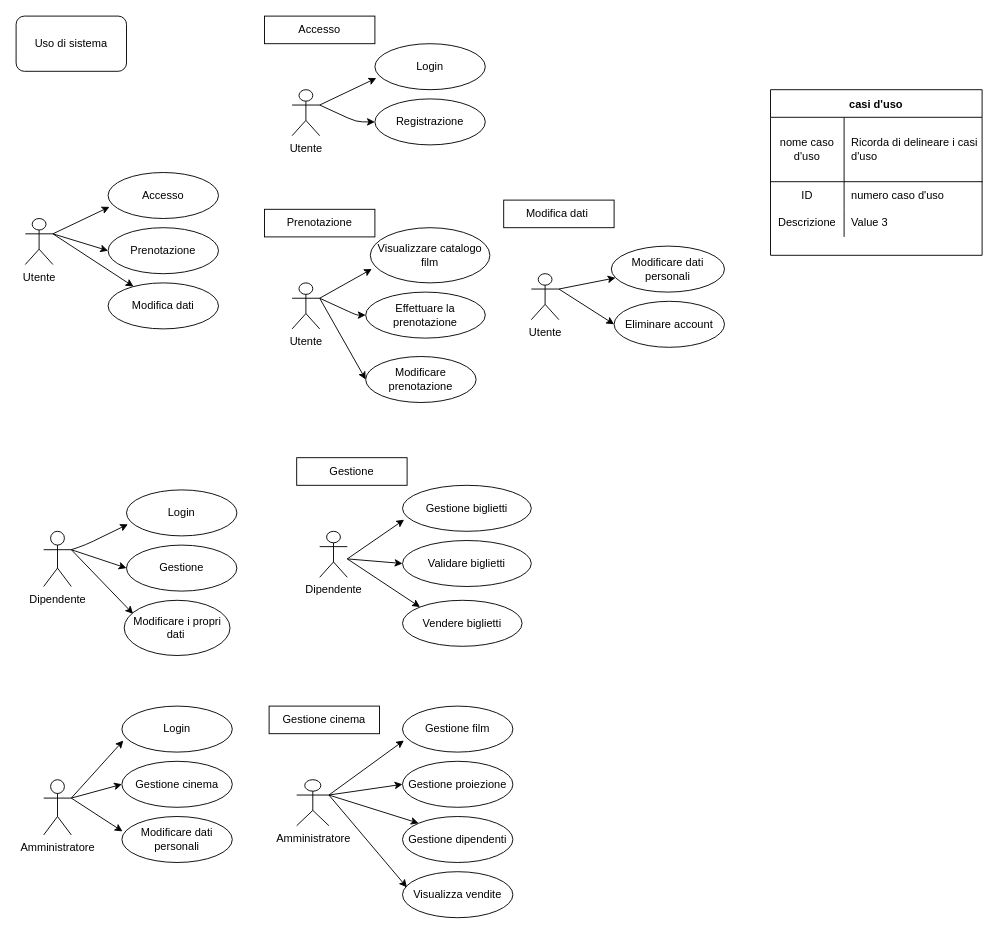
Franc3sco07/Cinema_Progetto keeps this draw.io diagram as UML/casiD'uso.drawio. Above is the earlier version. Source tidied: cells renumbered, new cells numbered last; positions are measured from the earlier drawing's top-left corner, leaving out a move shared by most shapes. Both pictures are drawn from the tidied source at 92%, with x=0, y=0 at pixel (16, 16).
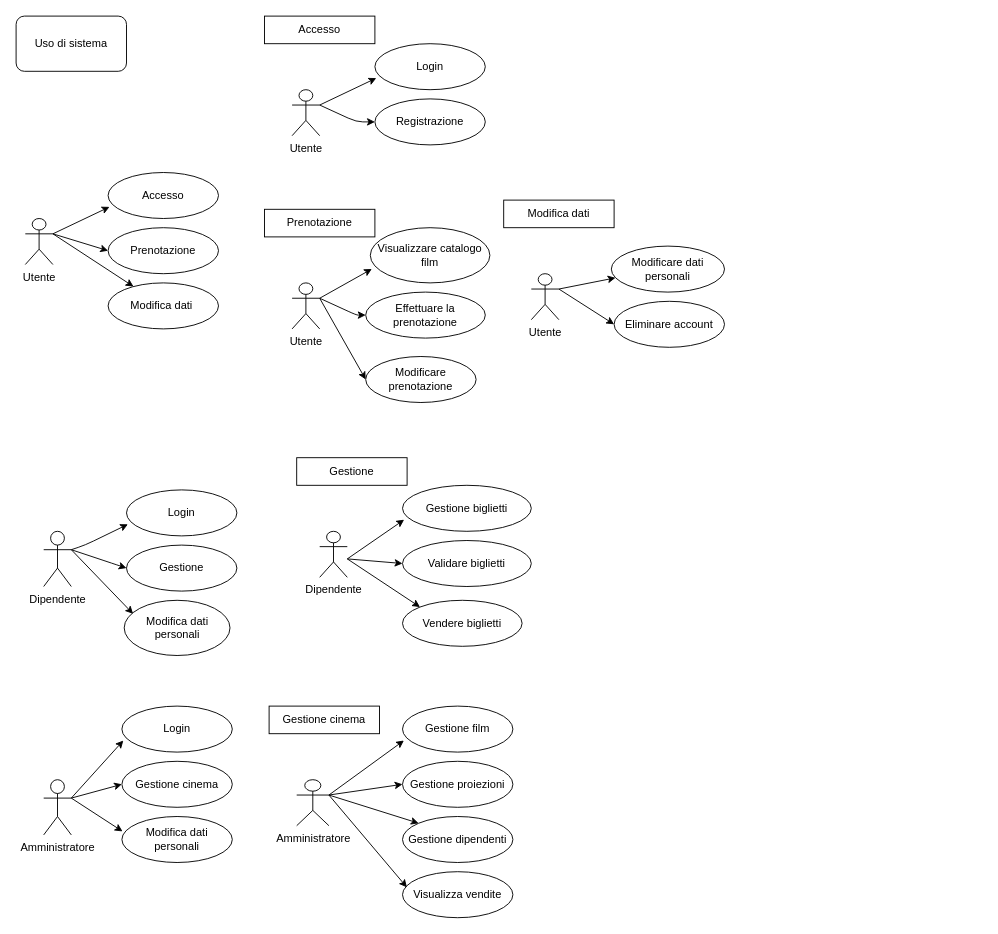
Above is the later version.

The edit, as a diff of the source:
```diff
@@
-    <mxCell id="8" value="Modifica dati" style="ellipse;whiteSpace=wrap;html=1;" parent="1" vertex="1">
+    <mxCell id="8" value="Modifica dati&amp;nbsp;" style="ellipse;whiteSpace=wrap;html=1;" parent="1" vertex="1">
       <mxGeometry x="100" y="290" width="120" height="50" as="geometry" />
     </mxCell>
@@
-    <mxCell id="27" value="Modifica dati&amp;nbsp;" style="rounded=0;whiteSpace=wrap;html=1;" parent="1" vertex="1">
+    <mxCell id="27" value="Modifica dati" style="rounded=0;whiteSpace=wrap;html=1;" parent="1" vertex="1">
       <mxGeometry x="530" y="200" width="120" height="30" as="geometry" />
     </mxCell>
@@
-    <mxCell id="51" value="Gestione proiezione" style="ellipse;whiteSpace=wrap;html=1;" parent="1" vertex="1">
+    <mxCell id="51" value="Gestione proiezioni" style="ellipse;whiteSpace=wrap;html=1;" parent="1" vertex="1">
       <mxGeometry x="420" y="810" width="120" height="50" as="geometry" />
     </mxCell>
@@
-    <mxCell id="58" value="Modificare dati personali" style="ellipse;whiteSpace=wrap;html=1;" parent="1" vertex="1">
+    <mxCell id="58" value="Modifica dati personali" style="ellipse;whiteSpace=wrap;html=1;" parent="1" vertex="1">
       <mxGeometry x="115" y="870" width="120" height="50" as="geometry" />
     </mxCell>
@@
-    <mxCell id="60" value="casi d'uso" style="shape=table;startSize=30;childLayout=tableLayout;rowLines=0;fontStyle=1;align=center;" parent="1" vertex="1">
-      <mxGeometry x="820" y="80" width="230" height="180" as="geometry" />
-    </mxCell>
-    <mxCell id="61" style="shape=partialRectangle;html=1;whiteSpace=wrap;fillColor=none;top=0;left=0;bottom=1;right=0;" parent="60" vertex="1">
-      <mxGeometry y="30" width="230" height="70" as="geometry" />
-    </mxCell>
-    <mxCell id="62" value="nome caso d'uso" style="shape=partialRectangle;html=1;whiteSpace=wrap;fillColor=none;top=0;left=0;bottom=0;right=0;overflow=hidden;" parent="61" vertex="1">
-      <mxGeometry width="80" height="70" as="geometry" />
-    </mxCell>
-    <mxCell id="63" value="Ricorda di delineare i casi d'uso" style="shape=partialRectangle;html=1;whiteSpace=wrap;fillColor=none;top=0;left=0;bottom=0;right=0;align=left;spacingLeft=6;overflow=hidden;" parent="61" vertex="1">
-      <mxGeometry x="80" width="150" height="70" as="geometry" />
-    </mxCell>
-    <mxCell id="64" style="shape=partialRectangle;html=1;whiteSpace=wrap;fillColor=none;top=0;left=0;bottom=0;right=0;" parent="60" vertex="1">
-      <mxGeometry y="100" width="230" height="30" as="geometry" />
-    </mxCell>
-    <mxCell id="65" value="ID" style="shape=partialRectangle;html=1;whiteSpace=wrap;fillColor=none;top=0;left=0;bottom=0;right=0;overflow=hidden;" parent="64" vertex="1">
-      <mxGeometry width="80" height="30" as="geometry" />
-    </mxCell>
-    <mxCell id="66" value="numero caso d'uso" style="shape=partialRectangle;html=1;whiteSpace=wrap;fillColor=none;top=0;left=0;bottom=0;right=0;align=left;spacingLeft=6;overflow=hidden;" parent="64" vertex="1">
-      <mxGeometry x="80" width="150" height="30" as="geometry" />
-    </mxCell>
-    <mxCell id="67" style="shape=partialRectangle;html=1;whiteSpace=wrap;fillColor=none;top=0;left=0;bottom=0;right=0;" parent="60" vertex="1">
-      <mxGeometry y="130" width="230" height="30" as="geometry" />
-    </mxCell>
-    <mxCell id="68" value="Descrizione" style="shape=partialRectangle;html=1;whiteSpace=wrap;fillColor=none;top=0;left=0;bottom=0;right=0;overflow=hidden;" parent="67" vertex="1">
-      <mxGeometry width="80" height="30" as="geometry" />
-    </mxCell>
-    <mxCell id="69" value="Value 3" style="shape=partialRectangle;html=1;whiteSpace=wrap;fillColor=none;top=0;left=0;bottom=0;right=0;align=left;spacingLeft=6;overflow=hidden;" parent="67" vertex="1">
-      <mxGeometry x="80" width="150" height="30" as="geometry" />
-    </mxCell>
-    <mxCell id="70" value="Modificare i propri dati&amp;nbsp;" style="ellipse;whiteSpace=wrap;html=1;" parent="1" vertex="1">
+    <mxCell id="70" value="Modifica dati personali" style="ellipse;whiteSpace=wrap;html=1;" parent="1" vertex="1">
       <mxGeometry x="117.5" y="635" width="115" height="60" as="geometry" />
     </mxCell>
```
